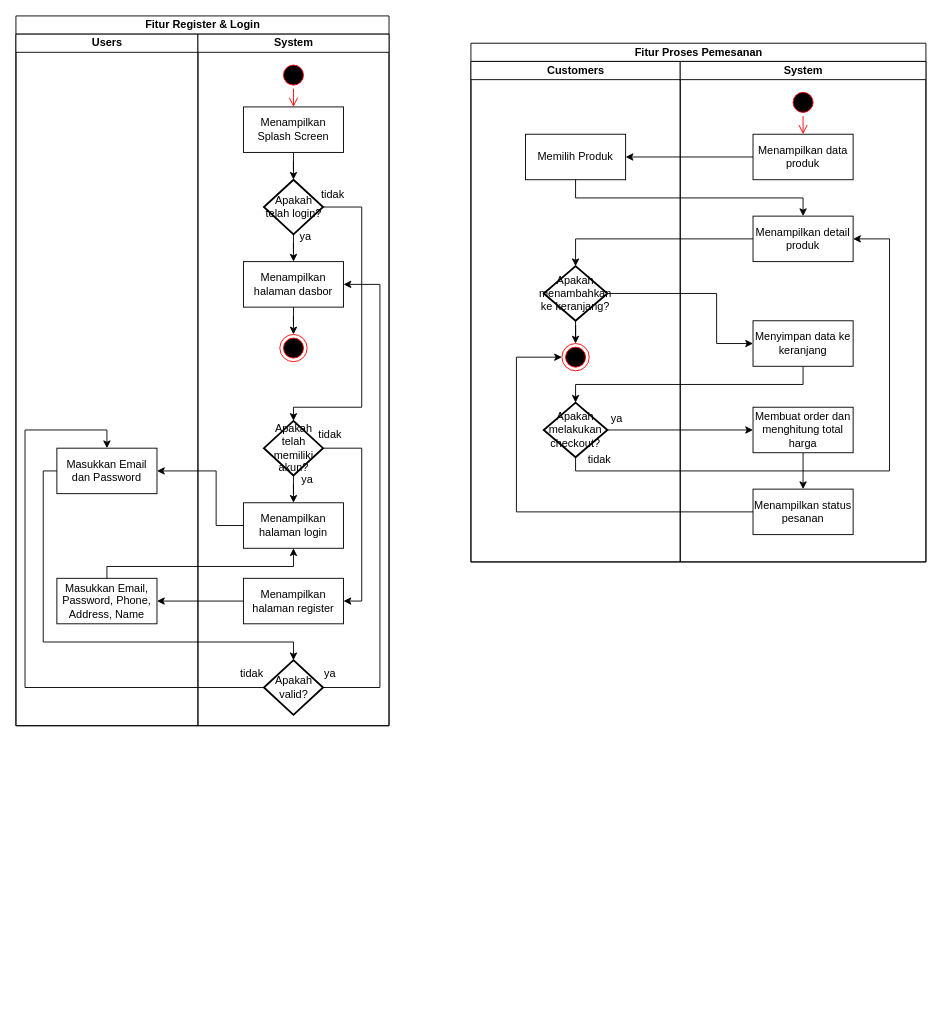
Earlier version of the draw.io diagram page "Activity Diagram" (4 of 4) of Tugas_Basdat_Jurnal.drawio (dapzz-id/DrawIO). Source tidied: cells renumbered, new cells numbered last; positions are measured from the earlier drawing's top-left corner, leaving out a move shared by most shapes. Both pictures are drawn from the tidied source at 91%, with x=0, y=0 at pixel (15, 15).
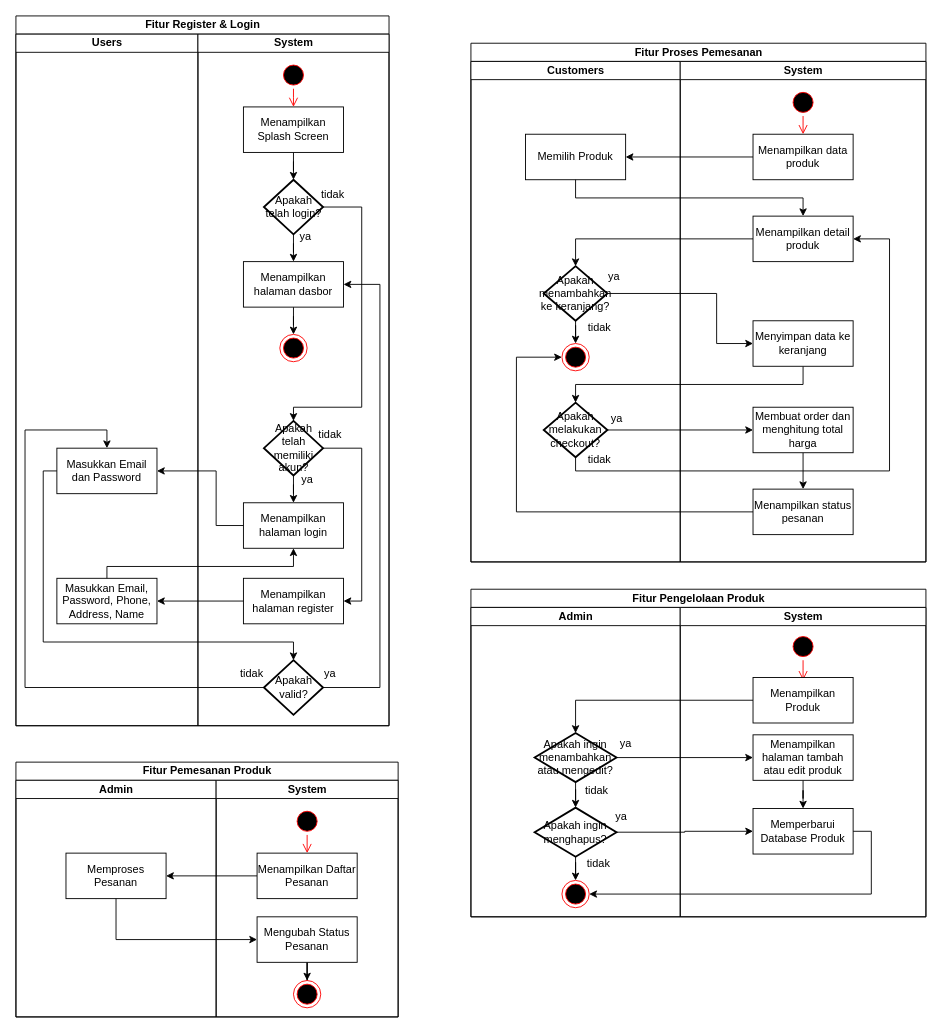
The same diagram, later.

Unchanged cells that the change refers to:
```xml
<mxCell id="36" value="Customers" style="swimlane;startSize=20;html=1;" parent="35" vertex="1">
  <mxGeometry y="20" width="230" height="550" as="geometry" />
</mxCell>
```

The edit, as a diff of the source:
```diff
@@
+    <mxCell id="61" value="ya" style="text;html=1;align=center;verticalAlign=middle;strokeColor=none;fillColor=none;" parent="36" vertex="1">
+      <mxGeometry x="137" y="222" width="40" height="30" as="geometry" />
+    </mxCell>
+    <mxCell id="62" value="tidak" style="text;html=1;align=center;verticalAlign=middle;strokeColor=none;fillColor=none;" parent="36" vertex="1">
+      <mxGeometry x="116" y="278" width="50" height="30" as="geometry" />
+    </mxCell>
@@
+    <mxCell id="63" value="Fitur Pemesanan Produk" style="swimlane;startSize=20;html=1;" parent="1" vertex="1">
+      <mxGeometry y="820" width="420" height="280" as="geometry" />
+    </mxCell>
+    <mxCell id="64" value="Admin" style="swimlane;startSize=20;html=1;" parent="63" vertex="1">
+      <mxGeometry y="20" width="220" height="260" as="geometry" />
+    </mxCell>
+    <mxCell id="65" value="Memproses Pesanan" style="html=1;whiteSpace=wrap;" parent="64" vertex="1">
+      <mxGeometry x="55" y="80" width="110" height="50" as="geometry" />
+    </mxCell>
+    <mxCell id="66" style="edgeStyle=orthogonalEdgeStyle;rounded=0;jettySize=auto;html=1;" parent="63" edge="1" source="71" target="65">
+      <mxGeometry relative="1" as="geometry" />
+    </mxCell>
+    <mxCell id="67" style="edgeStyle=orthogonalEdgeStyle;rounded=0;jettySize=auto;html=1;exitX=0.5;exitY=1;exitDx=0;exitDy=0;entryX=0;entryY=0.5;entryDx=0;entryDy=0;" parent="63" edge="1" source="65" target="73">
+      <mxGeometry relative="1" as="geometry" />
+    </mxCell>
+    <mxCell id="68" value="S&lt;span style=&quot;background-color: transparent; color: light-dark(rgb(0, 0, 0), rgb(255, 255, 255));&quot;&gt;ystem&lt;/span&gt;" style="swimlane;startSize=20;html=1;" parent="63" vertex="1">
+      <mxGeometry x="220" y="20" width="200" height="260" as="geometry" />
+    </mxCell>
+    <mxCell id="69" style="ellipse;html=1;shape=startState;fillColor=#000000;strokeColor=#ff0000;" parent="68" vertex="1">
+      <mxGeometry x="85" y="30" width="30" height="30" as="geometry" />
+    </mxCell>
+    <mxCell id="70" style="edgeStyle=orthogonalEdgeStyle;html=1;verticalAlign=bottom;endArrow=open;endSize=8;strokeColor=#ff0000;rounded=0;" parent="68" edge="1" source="69">
+      <mxGeometry relative="1" as="geometry">
+        <mxPoint x="100" y="80" as="targetPoint" />
+      </mxGeometry>
+    </mxCell>
+    <mxCell id="71" value="Menampilkan Daftar Pesanan" style="html=1;whiteSpace=wrap;" parent="68" vertex="1">
+      <mxGeometry x="45" y="80" width="110" height="50" as="geometry" />
+    </mxCell>
+    <mxCell id="72" style="edgeStyle=orthogonalEdgeStyle;rounded=0;jettySize=auto;html=1;" parent="68" edge="1" source="73" target="74">
+      <mxGeometry relative="1" as="geometry" />
+    </mxCell>
+    <mxCell id="73" value="Mengubah Status Pesanan" style="html=1;whiteSpace=wrap;" parent="68" vertex="1">
+      <mxGeometry x="45" y="150" width="110" height="50" as="geometry" />
+    </mxCell>
+    <mxCell id="74" style="ellipse;html=1;shape=endState;fillColor=#000000;strokeColor=#ff0000;" parent="68" vertex="1">
+      <mxGeometry x="85" y="220" width="30" height="30" as="geometry" />
+    </mxCell>
+    <mxCell id="75" value="Fitur Pengelolaan Produk" style="swimlane;startSize=20;html=1;" parent="1" vertex="1">
+      <mxGeometry x="500" y="630" width="500" height="360" as="geometry" />
+    </mxCell>
+    <mxCell id="76" value="Admin" style="swimlane;startSize=20;html=1;" parent="75" vertex="1">
+      <mxGeometry y="20" width="230" height="340" as="geometry" />
+    </mxCell>
+    <mxCell id="77" style="edgeStyle=orthogonalEdgeStyle;rounded=0;jettySize=auto;html=1;" parent="76" edge="1" source="78" target="81">
+      <mxGeometry relative="1" as="geometry" />
+    </mxCell>
+    <mxCell id="78" value="Apakah ingin menambahkan atau mengedit?" style="strokeWidth=2;html=1;shape=mxgraph.flowchart.decision;whiteSpace=wrap;" parent="76" vertex="1">
+      <mxGeometry x="70" y="138" width="90" height="54" as="geometry" />
+    </mxCell>
+    <mxCell id="79" value="ya" style="text;html=1;align=center;verticalAlign=middle;strokeColor=none;fillColor=none;" parent="76" vertex="1">
+      <mxGeometry x="150" y="135" width="40" height="30" as="geometry" />
+    </mxCell>
+    <mxCell id="80" style="edgeStyle=orthogonalEdgeStyle;rounded=0;jettySize=auto;html=1;" parent="76" edge="1" source="81" target="82">
+      <mxGeometry relative="1" as="geometry" />
+    </mxCell>
+    <mxCell id="81" value="Apakah ingin menghapus?" style="strokeWidth=2;html=1;shape=mxgraph.flowchart.decision;whiteSpace=wrap;" parent="76" vertex="1">
+      <mxGeometry x="70" y="220" width="90" height="54" as="geometry" />
+    </mxCell>
+    <mxCell id="82" style="ellipse;html=1;shape=endState;fillColor=#000000;strokeColor=#ff0000;" parent="76" vertex="1">
+      <mxGeometry x="100" y="300" width="30" height="30" as="geometry" />
+    </mxCell>
+    <mxCell id="83" value="tidak" style="text;html=1;align=center;verticalAlign=middle;strokeColor=none;fillColor=none;" parent="76" vertex="1">
+      <mxGeometry x="113" y="186" width="50" height="30" as="geometry" />
+    </mxCell>
+    <mxCell id="84" value="System" style="swimlane;startSize=20;html=1;" parent="75" vertex="1">
+      <mxGeometry x="230" y="20" width="270" height="340" as="geometry" />
+    </mxCell>
+    <mxCell id="85" style="ellipse;html=1;shape=startState;fillColor=#000000;strokeColor=#ff0000;" parent="84" vertex="1">
+      <mxGeometry x="120" y="28" width="30" height="30" as="geometry" />
+    </mxCell>
+    <mxCell id="86" style="edgeStyle=orthogonalEdgeStyle;html=1;verticalAlign=bottom;endArrow=open;endSize=8;strokeColor=#ff0000;rounded=0;" parent="84" edge="1" source="85">
+      <mxGeometry relative="1" as="geometry">
+        <mxPoint x="135" y="80" as="targetPoint" />
+      </mxGeometry>
+    </mxCell>
+    <mxCell id="87" value="Menampilkan Produk" style="html=1;whiteSpace=wrap;" parent="84" vertex="1">
+      <mxGeometry x="80" y="77" width="110" height="50" as="geometry" />
+    </mxCell>
+    <mxCell id="88" style="edgeStyle=orthogonalEdgeStyle;rounded=0;jettySize=auto;html=1;" parent="84" edge="1" source="89" target="90">
+      <mxGeometry relative="1" as="geometry" />
+    </mxCell>
+    <mxCell id="89" value="Menampilkan halaman tambah atau edit produk" style="html=1;whiteSpace=wrap;" parent="84" vertex="1">
+      <mxGeometry x="80" y="140" width="110" height="50" as="geometry" />
+    </mxCell>
+    <mxCell id="90" value="Memperbarui Database Produk" style="html=1;whiteSpace=wrap;" parent="84" vertex="1">
+      <mxGeometry x="80" y="221" width="110" height="50" as="geometry" />
+    </mxCell>
+    <mxCell id="91" style="edgeStyle=orthogonalEdgeStyle;rounded=0;jettySize=auto;html=1;exitX=0;exitY=0.5;exitDx=0;exitDy=0;entryX=0.5;entryY=0;entryDx=0;entryDy=0;entryPerimeter=0;" parent="75" edge="1" source="87" target="78">
+      <mxGeometry relative="1" as="geometry" />
+    </mxCell>
+    <mxCell id="92" style="edgeStyle=orthogonalEdgeStyle;rounded=0;jettySize=auto;html=1;exitX=1;exitY=0.5;exitDx=0;exitDy=0;exitPerimeter=0;entryX=0;entryY=0.5;entryDx=0;entryDy=0;" parent="75" edge="1" source="78" target="89">
+      <mxGeometry relative="1" as="geometry" />
+    </mxCell>
+    <mxCell id="93" style="edgeStyle=orthogonalEdgeStyle;rounded=0;jettySize=auto;html=1;exitX=1;exitY=0.5;exitDx=0;exitDy=0;exitPerimeter=0;entryX=0;entryY=0.5;entryDx=0;entryDy=0;" parent="75" edge="1" source="81" target="90">
+      <mxGeometry relative="1" as="geometry" />
+    </mxCell>
+    <mxCell id="94" style="edgeStyle=orthogonalEdgeStyle;rounded=0;jettySize=auto;html=1;exitX=1;exitY=0.5;exitDx=0;exitDy=0;entryX=1;entryY=0.5;entryDx=0;entryDy=0;" parent="75" edge="1" source="90" target="82">
+      <mxGeometry relative="1" as="geometry" />
+    </mxCell>
+    <mxCell id="95" value="ya" style="text;html=1;align=center;verticalAlign=middle;strokeColor=none;fillColor=none;" parent="1" vertex="1">
+      <mxGeometry x="645" y="865" width="40" height="30" as="geometry" />
+    </mxCell>
+    <mxCell id="96" value="tidak" style="text;html=1;align=center;verticalAlign=middle;strokeColor=none;fillColor=none;" parent="1" vertex="1">
+      <mxGeometry x="615" y="917" width="50" height="30" as="geometry" />
+    </mxCell>
```
